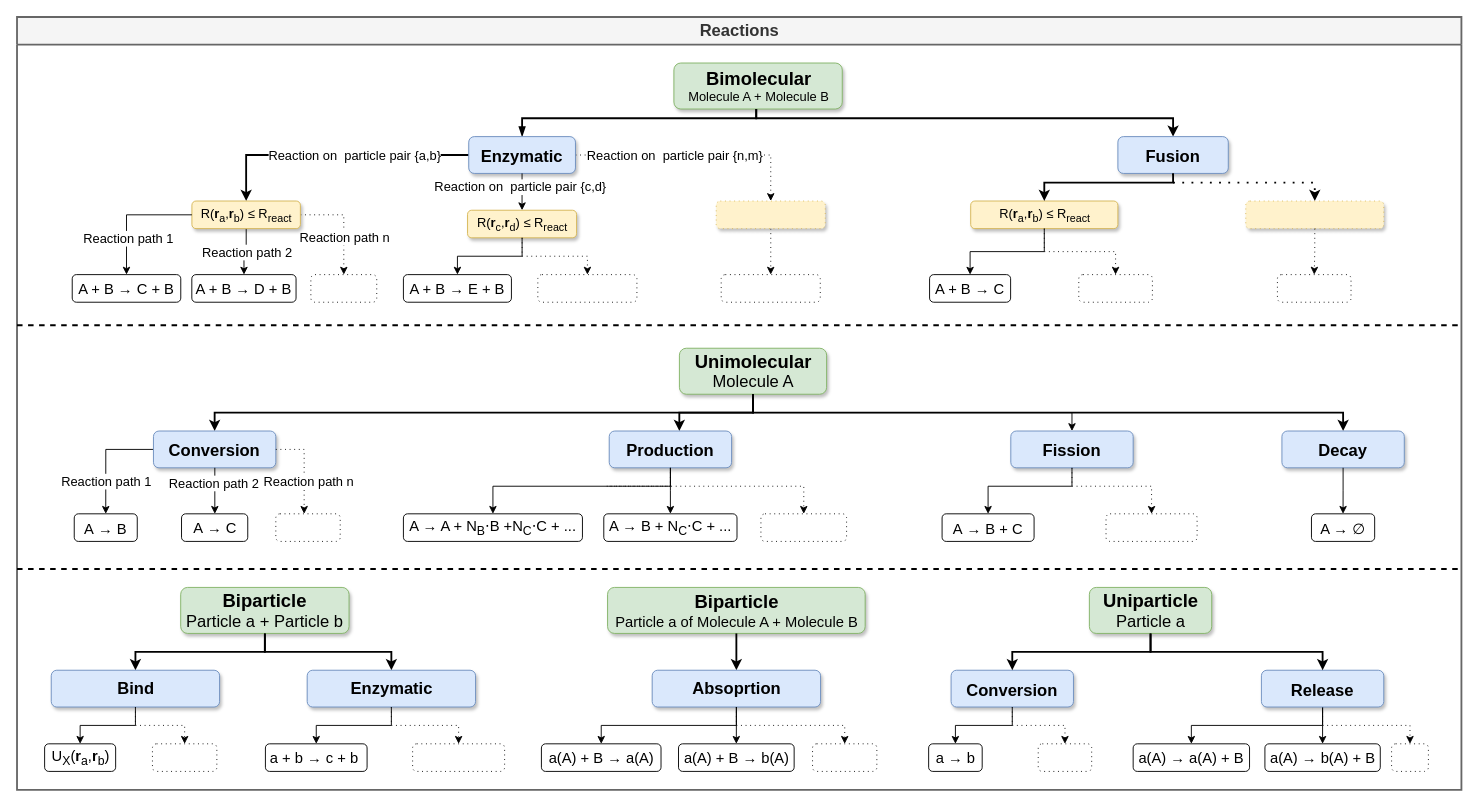
Above: sphinx/Graphics/Reactions_V2.drawio in MoritzB90/PyRID (draw.io), before the change. Source tidied: cells renumbered, new cells numbered last; positions are measured from the earlier drawing's top-left corner, leaving out a move shared by most shapes. Both pictures are drawn from the tidied source at 92%, with x=0, y=0 at pixel (17, 17).
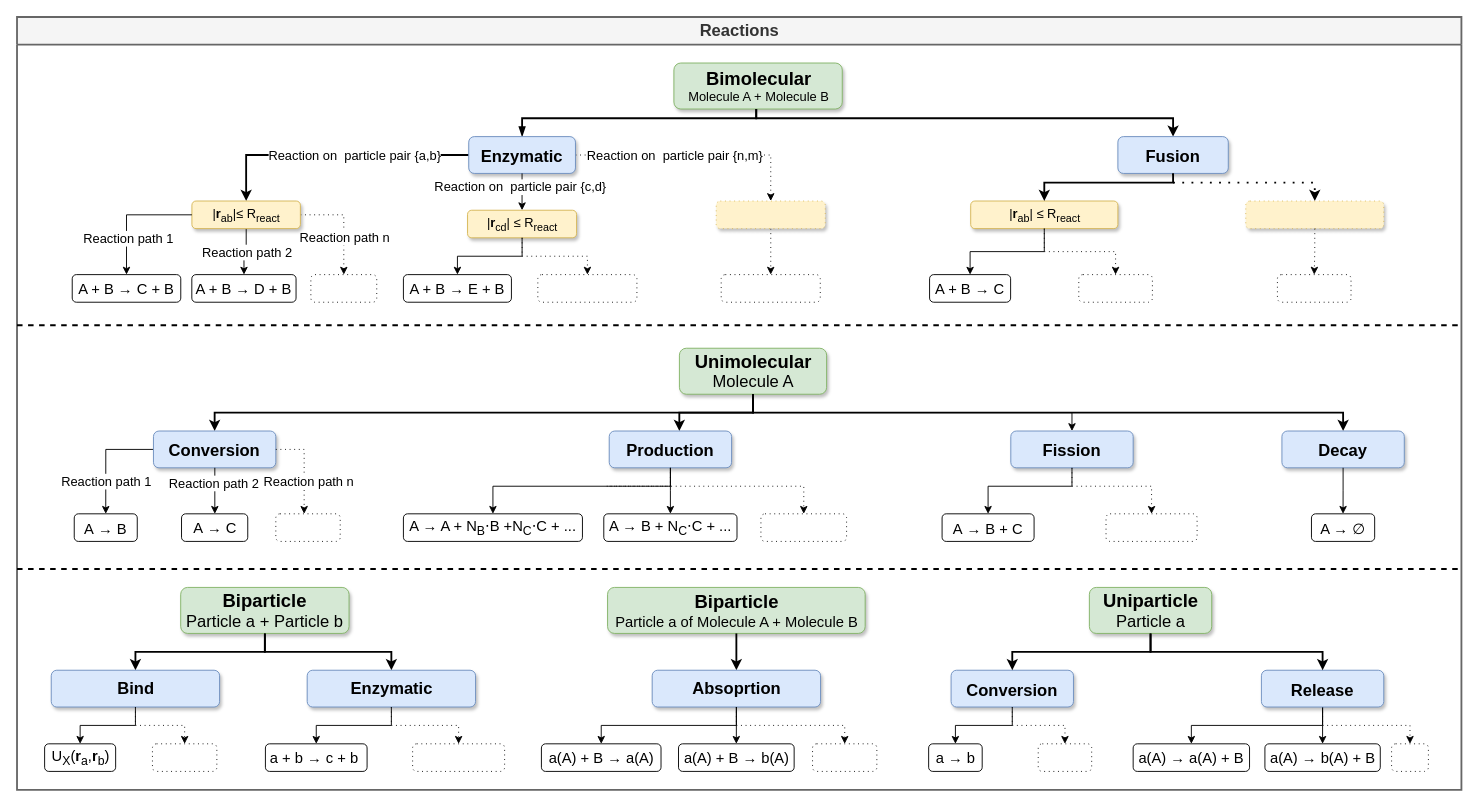
The same diagram, later.

Commit message (it also covers changes not shown here):
Update Reactions_Graph figure

Unchanged cells that the change refers to:
```xml
<mxCell id="2" value="&lt;font style=&quot;font-size: 18px;&quot;&gt;Reactions&lt;/font&gt;" style="swimlane;html=1;startSize=30;horizontal=1;containerType=tree;glass=0;fillColor=#f5f5f5;strokeColor=#666666;sketch=0;shadow=0;rounded=0;strokeWidth=2;fontColor=#333333;" parent="1" vertex="1">
  <mxGeometry width="1570" height="840" as="geometry" />
</mxCell>
```

Change to the diagram source:
```diff
@@
-    <mxCell id="14" value="R(&lt;b&gt;r&lt;/b&gt;&lt;sub&gt;a&lt;/sub&gt;,&lt;b&gt;r&lt;/b&gt;&lt;sub&gt;b&lt;/sub&gt;) ≤ R&lt;sub&gt;react&lt;/sub&gt;" style="fontSize=14;fillColor=#fff2cc;strokeColor=#d6b656;rounded=1;shadow=1;html=1;" parent="2" vertex="1">
+    <mxCell id="14" value="|&lt;b&gt;r&lt;/b&gt;&lt;sub&gt;ab&lt;/sub&gt;|≤ R&lt;sub&gt;react&lt;/sub&gt;" style="fontSize=14;fillColor=#fff2cc;strokeColor=#d6b656;rounded=1;shadow=1;html=1;" parent="2" vertex="1">
       <mxGeometry x="190.1" y="200" width="117.9" height="30" as="geometry" />
     </mxCell>
-    <mxCell id="15" value="R(&lt;b&gt;r&lt;/b&gt;&lt;sub&gt;c&lt;/sub&gt;,&lt;b&gt;r&lt;/b&gt;&lt;sub&gt;d&lt;/sub&gt;) ≤ R&lt;sub&gt;react&lt;/sub&gt;" style="fontSize=14;fillColor=#fff2cc;strokeColor=#d6b656;rounded=1;shadow=1;html=1;" parent="2" vertex="1">
+    <mxCell id="15" value="|&lt;b&gt;r&lt;/b&gt;&lt;sub&gt;cd&lt;/sub&gt;|&amp;nbsp;≤ R&lt;sub&gt;react&lt;/sub&gt;" style="fontSize=14;fillColor=#fff2cc;strokeColor=#d6b656;rounded=1;shadow=1;html=1;" parent="2" vertex="1">
       <mxGeometry x="489.7" y="210" width="118.5" height="30" as="geometry" />
     </mxCell>
@@
-    <mxCell id="26" value="R(&lt;b&gt;r&lt;/b&gt;&lt;sub&gt;a&lt;/sub&gt;,&lt;b&gt;r&lt;/b&gt;&lt;sub&gt;b&lt;/sub&gt;) ≤ R&lt;sub&gt;react&lt;/sub&gt;" style="fontSize=14;fillColor=#fff2cc;strokeColor=#d6b656;rounded=1;shadow=1;html=1;" parent="2" vertex="1">
+    <mxCell id="26" value="|&lt;b&gt;r&lt;/b&gt;&lt;sub&gt;ab&lt;/sub&gt;|&amp;nbsp;≤ R&lt;sub&gt;react&lt;/sub&gt;" style="fontSize=14;fillColor=#fff2cc;strokeColor=#d6b656;rounded=1;shadow=1;html=1;" parent="2" vertex="1">
       <mxGeometry x="1036.6" y="200" width="160" height="30" as="geometry" />
     </mxCell>
```
